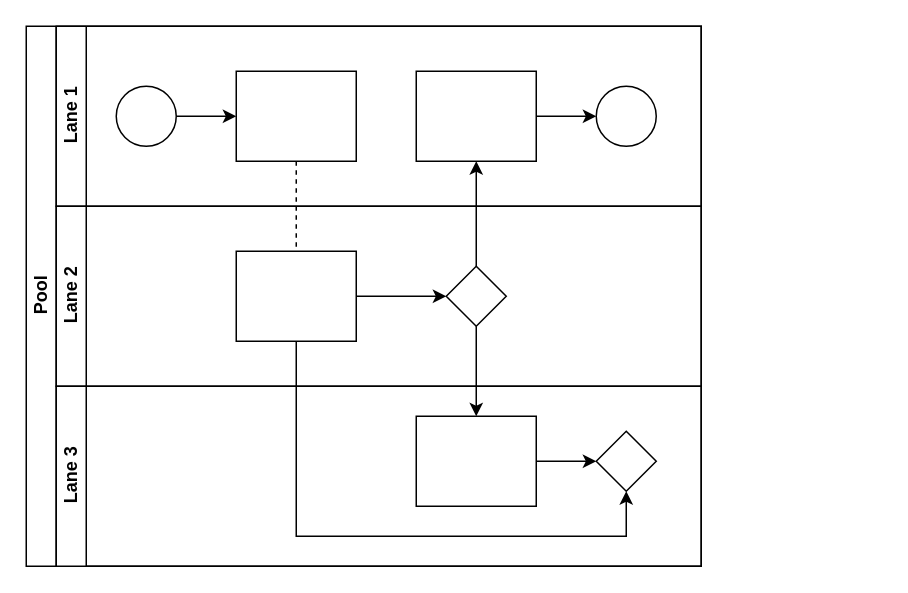
The draw.io diagram Untitled Diagram.drawio in 4naan/E-Con, before the edit. Source tidied: cells renumbered, new cells numbered last; positions are measured from the earlier drawing's top-left corner, leaving out a move shared by most shapes. Both pictures are drawn from the tidied source at 150%, with x=0, y=0 at pixel (26, 26).
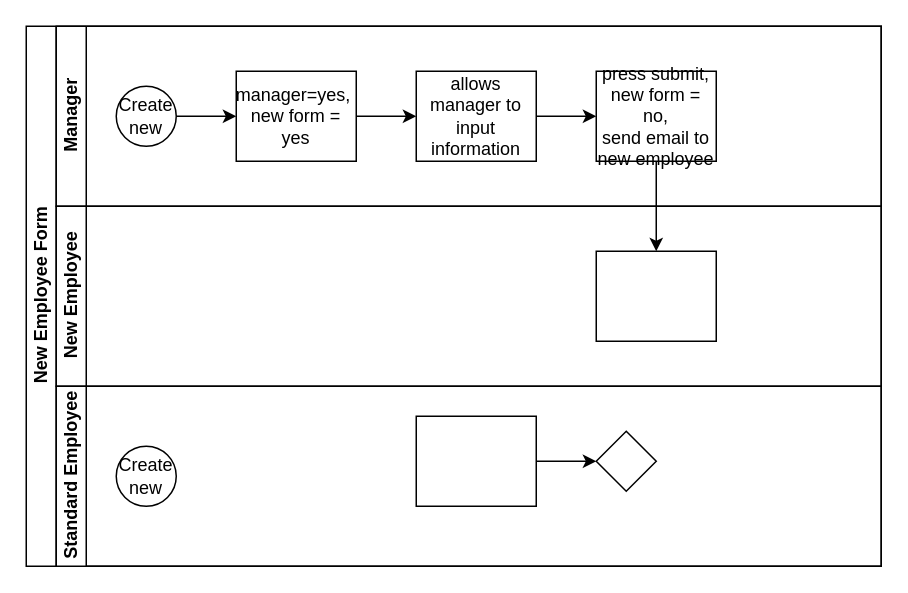
The same page after the edit.

Unchanged cells that the change refers to:
```xml
<mxCell id="20" style="rounded=0;whiteSpace=wrap;html=1;fontFamily=Helvetica;fontSize=12;fontColor=#000000;align=center;" parent="18" vertex="1">
  <mxGeometry x="240" y="20" width="80" height="60" as="geometry" />
</mxCell>
<mxCell id="21" style="rhombus;whiteSpace=wrap;html=1;fontFamily=Helvetica;fontSize=12;fontColor=#000000;align=center;" parent="18" vertex="1">
  <mxGeometry x="360" y="30" width="40" height="40" as="geometry" />
</mxCell>
```

The edit, as a diff of the source:
```diff
@@
-    <mxCell id="2" value="Pool" style="swimlane;html=1;horizontal=0;startSize=20;" parent="1" vertex="1">
-      <mxGeometry width="450" height="360" as="geometry" />
+    <mxCell id="2" value="New Employee Form" style="swimlane;html=1;horizontal=0;startSize=20;" parent="1" vertex="1">
+      <mxGeometry width="570" height="360" as="geometry" />
     </mxCell>
-    <mxCell id="3" style="edgeStyle=orthogonalEdgeStyle;rounded=0;jettySize=auto;html=1;dashed=1;endArrow=none;endFill=0;" parent="2" edge="1" source="10" target="16">
-      <mxGeometry relative="1" as="geometry" />
-    </mxCell>
-    <mxCell id="4" style="edgeStyle=orthogonalEdgeStyle;rounded=0;jettySize=auto;html=1;endArrow=classic;endFill=1;" parent="2" edge="1" source="17" target="12">
-      <mxGeometry relative="1" as="geometry" />
-    </mxCell>
-    <mxCell id="5" style="edgeStyle=orthogonalEdgeStyle;rounded=0;jettySize=auto;html=1;endArrow=classic;endFill=1;" parent="2" edge="1" source="17" target="20">
-      <mxGeometry relative="1" as="geometry" />
-    </mxCell>
-    <mxCell id="6" style="edgeStyle=orthogonalEdgeStyle;rounded=0;jettySize=auto;html=1;endArrow=classic;endFill=1;" parent="2" edge="1" source="16" target="21">
-      <mxGeometry relative="1" as="geometry">
-        <Array as="points">
-          <mxPoint x="180" y="340" />
-          <mxPoint x="400" y="340" />
-        </Array>
-      </mxGeometry>
-    </mxCell>
-    <mxCell id="7" value="Lane 1" style="swimlane;html=1;startSize=20;horizontal=0;" parent="2" vertex="1">
-      <mxGeometry x="20" width="430" height="120" as="geometry" />
+    <mxCell id="7" value="Manager" style="swimlane;html=1;startSize=20;horizontal=0;" parent="2" vertex="1">
+      <mxGeometry x="20" width="550" height="120" as="geometry" />
     </mxCell>
@@
-    <mxCell id="9" style="ellipse;whiteSpace=wrap;html=1;" parent="7" vertex="1">
+    <mxCell id="9" value="Create new" style="ellipse;whiteSpace=wrap;html=1;" parent="7" vertex="1">
       <mxGeometry x="40" y="40" width="40" height="40" as="geometry" />
     </mxCell>
+    <mxCell id="22" style="edgeStyle=orthogonalEdgeStyle;rounded=0;jettySize=auto;html=1;" parent="7" edge="1" source="10" target="12">
+      <mxGeometry relative="1" as="geometry" />
+    </mxCell>
-    <mxCell id="10" style="rounded=0;whiteSpace=wrap;html=1;fontFamily=Helvetica;fontSize=12;fontColor=#000000;align=center;" parent="7" vertex="1">
+    <mxCell id="10" value="manager=yes,&amp;nbsp;&lt;br&gt;new form = yes" style="rounded=0;whiteSpace=wrap;html=1;fontFamily=Helvetica;fontSize=12;fontColor=#000000;align=center;" parent="7" vertex="1">
       <mxGeometry x="120" y="30" width="80" height="60" as="geometry" />
     </mxCell>
-    <mxCell id="11" style="edgeStyle=orthogonalEdgeStyle;rounded=0;jettySize=auto;html=1;endArrow=classic;endFill=1;" parent="7" edge="1" source="12" target="13">
-      <mxGeometry relative="1" as="geometry" />
+    <mxCell id="11" style="edgeStyle=orthogonalEdgeStyle;rounded=0;jettySize=auto;html=1;endArrow=classic;endFill=1;" parent="7" edge="1" source="12">
+      <mxGeometry relative="1" as="geometry">
+        <mxPoint x="360" y="60" as="targetPoint" />
+      </mxGeometry>
     </mxCell>
-    <mxCell id="12" style="rounded=0;whiteSpace=wrap;html=1;fontFamily=Helvetica;fontSize=12;fontColor=#000000;align=center;" parent="7" vertex="1">
+    <mxCell id="12" value="allows manager to input information" style="rounded=0;whiteSpace=wrap;html=1;fontFamily=Helvetica;fontSize=12;fontColor=#000000;align=center;" parent="7" vertex="1">
       <mxGeometry x="240" y="30" width="80" height="60" as="geometry" />
     </mxCell>
-    <mxCell id="13" style="ellipse;whiteSpace=wrap;html=1;" parent="7" vertex="1">
-      <mxGeometry x="360" y="40" width="40" height="40" as="geometry" />
-    </mxCell>
+    <mxCell id="23" value="press submit, new form = no,&lt;br&gt;send email to new employee&lt;br&gt;" style="rounded=0;whiteSpace=wrap;html=1;fontFamily=Helvetica;fontSize=12;fontColor=#000000;align=center;" parent="7" vertex="1">
+      <mxGeometry x="360" y="30" width="80" height="60" as="geometry" />
+    </mxCell>
-    <mxCell id="14" value="Lane 2" style="swimlane;html=1;startSize=20;horizontal=0;" parent="2" vertex="1">
-      <mxGeometry x="20" y="120" width="430" height="120" as="geometry" />
+    <mxCell id="14" value="New Employee" style="swimlane;html=1;startSize=20;horizontal=0;" parent="2" vertex="1">
+      <mxGeometry x="20" y="120" width="550" height="120" as="geometry" />
     </mxCell>
-    <mxCell id="15" style="edgeStyle=orthogonalEdgeStyle;rounded=0;jettySize=auto;html=1;endArrow=classic;endFill=1;" parent="14" edge="1" source="16" target="17">
-      <mxGeometry relative="1" as="geometry" />
-    </mxCell>
     <mxCell id="16" style="rounded=0;whiteSpace=wrap;html=1;fontFamily=Helvetica;fontSize=12;fontColor=#000000;align=center;" parent="14" vertex="1">
-      <mxGeometry x="120" y="30" width="80" height="60" as="geometry" />
+      <mxGeometry x="360" y="30" width="80" height="60" as="geometry" />
     </mxCell>
-    <mxCell id="17" style="rhombus;whiteSpace=wrap;html=1;fontFamily=Helvetica;fontSize=12;fontColor=#000000;align=center;" parent="14" vertex="1">
-      <mxGeometry x="260" y="40" width="40" height="40" as="geometry" />
-    </mxCell>
-    <mxCell id="18" value="Lane 3" style="swimlane;html=1;startSize=20;horizontal=0;" parent="2" vertex="1">
-      <mxGeometry x="20" y="240" width="430" height="120" as="geometry" />
+    <mxCell id="18" value="Standard Employee" style="swimlane;html=1;startSize=20;horizontal=0;" parent="2" vertex="1">
+      <mxGeometry x="20" y="240" width="550" height="120" as="geometry" />
     </mxCell>
@@
+    <mxCell id="24" value="Create new" style="ellipse;whiteSpace=wrap;html=1;" parent="18" vertex="1">
+      <mxGeometry x="40" y="40" width="40" height="40" as="geometry" />
+    </mxCell>
+    <mxCell id="25" style="edgeStyle=orthogonalEdgeStyle;rounded=0;jettySize=auto;html=1;entryX=0.5;entryY=0;entryDx=0;entryDy=0;" parent="2" edge="1" source="23" target="16">
+      <mxGeometry relative="1" as="geometry" />
+    </mxCell>
```
